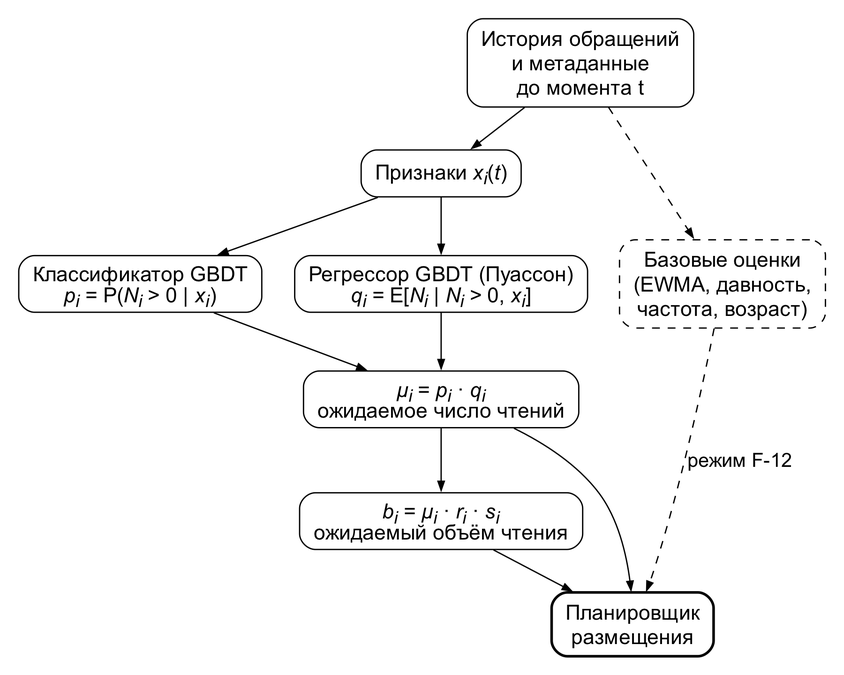
The Graphviz diagram 40 - Projects/Диплом/images/forecast_model.png in WithSoull/obsidian, before a commit. Its source is kept beside it as 40 - Projects/Диплом/images/src/forecast_model.dot.
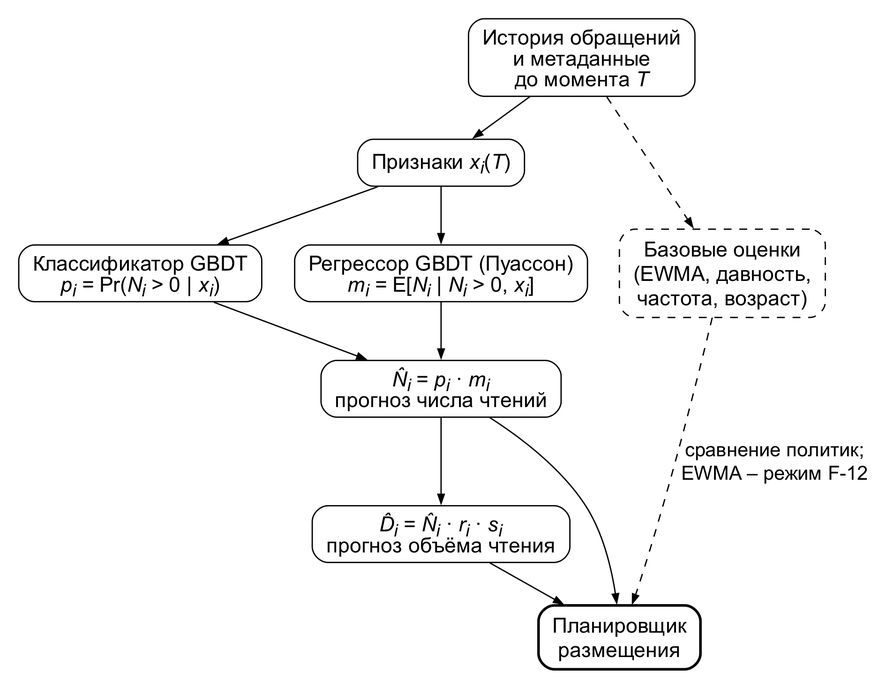
After the change.

What changed in the source:
```diff
@@ -3,12 +3,12 @@
   node  [shape=box, style="rounded", fontname="Arial", fontsize=16, margin="0.15,0.08"];
   edge  [fontname="Arial", fontsize=15, arrowsize=0.7];
 
-  hist  [label="История обращений\nи метаданные\nдо момента t"];
-  feat  [label=<Признаки <I>x<SUB>i</SUB></I>(<I>t</I>)>];
-  clf   [label=<Классификатор GBDT<BR/><I>p<SUB>i</SUB></I> = P(<I>N<SUB>i</SUB></I> &gt; 0 | <I>x<SUB>i</SUB></I>)>];
-  reg   [label=<Регрессор GBDT (Пуассон)<BR/><I>q<SUB>i</SUB></I> = E[<I>N<SUB>i</SUB></I> | <I>N<SUB>i</SUB></I> &gt; 0, <I>x<SUB>i</SUB></I>]>];
-  mu    [label=<<I>μ<SUB>i</SUB></I> = <I>p<SUB>i</SUB></I> · <I>q<SUB>i</SUB></I><BR/>ожидаемое число чтений>];
-  bytes [label=<<I>b<SUB>i</SUB></I> = <I>μ<SUB>i</SUB></I> · <I>r<SUB>i</SUB></I> · <I>s<SUB>i</SUB></I><BR/>ожидаемый объём чтения>];
+  hist  [label=<История обращений<BR/>и метаданные<BR/>до момента <I>T</I>>];
+  feat  [label=<Признаки <I>x<SUB>i</SUB></I>(<I>T</I>)>];
+  clf   [label=<Классификатор GBDT<BR/><I>p<SUB>i</SUB></I> = Pr(<I>N<SUB>i</SUB></I> &gt; 0 | <I>x<SUB>i</SUB></I>)>];
+  reg   [label=<Регрессор GBDT (Пуассон)<BR/><I>m<SUB>i</SUB></I> = E[<I>N<SUB>i</SUB></I> | <I>N<SUB>i</SUB></I> &gt; 0, <I>x<SUB>i</SUB></I>]>];
+  mu    [label=<<I>N&#770;<SUB>i</SUB></I> = <I>p<SUB>i</SUB></I> · <I>m<SUB>i</SUB></I><BR/>прогноз числа чтений>];
+  bytes [label=<<I>D&#770;<SUB>i</SUB></I> = <I>N&#770;<SUB>i</SUB></I> · <I>r<SUB>i</SUB></I> · <I>s<SUB>i</SUB></I><BR/>прогноз объёма чтения>];
   plan  [label="Планировщик\nразмещения", style="rounded,bold"];
   base  [label="Базовые оценки\n(EWMA, давность,\nчастота, возраст)", style="rounded,dashed"];
 
@@ -21,6 +21,6 @@
   mu -> plan;
   bytes -> plan;
   hist -> base [style=dashed];
-  base -> plan [style=dashed, label="режим F-12"];
+  base -> plan [style=dashed, label="сравнение политик;\nEWMA – режим F-12"];
   {rank=same; clf; reg; base;}
 }
```
